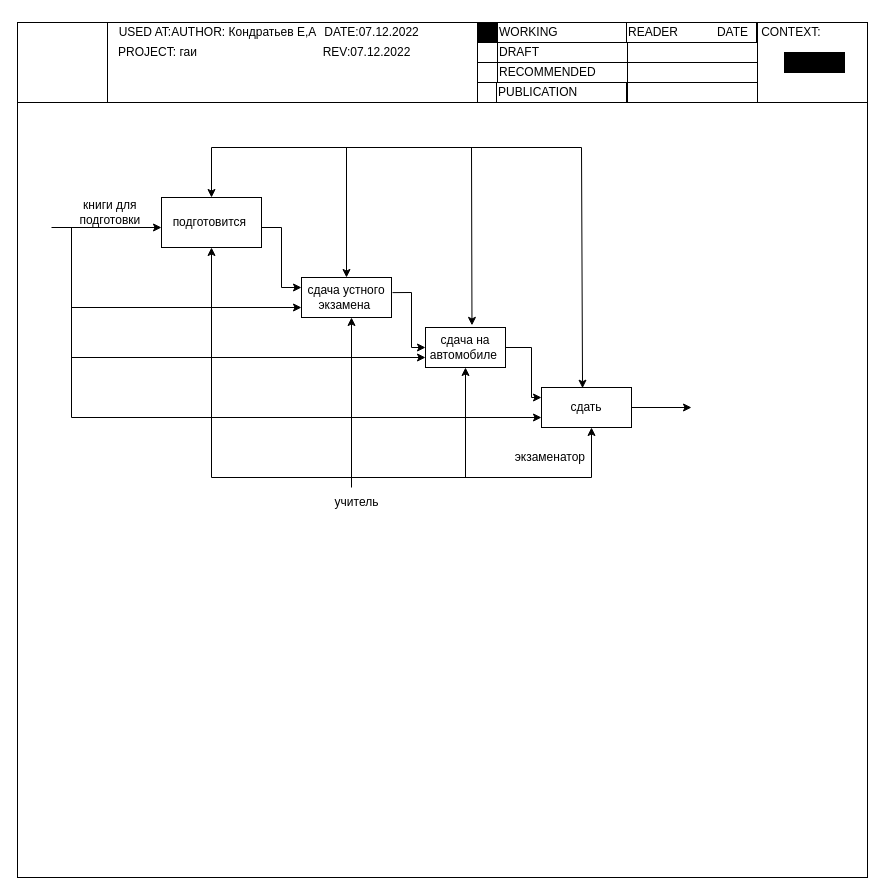
Above: page "Страница 2" (2 of 3) of Диаграз названия.drawio in Ev0or/dontTouch (draw.io), before the change. Source tidied: cells renumbered, new cells numbered last; positions are measured from the earlier drawing's top-left corner, leaving out a move shared by most shapes. Both pictures are drawn from the tidied source at 100%, with x=0, y=0 at pixel (17, 17).
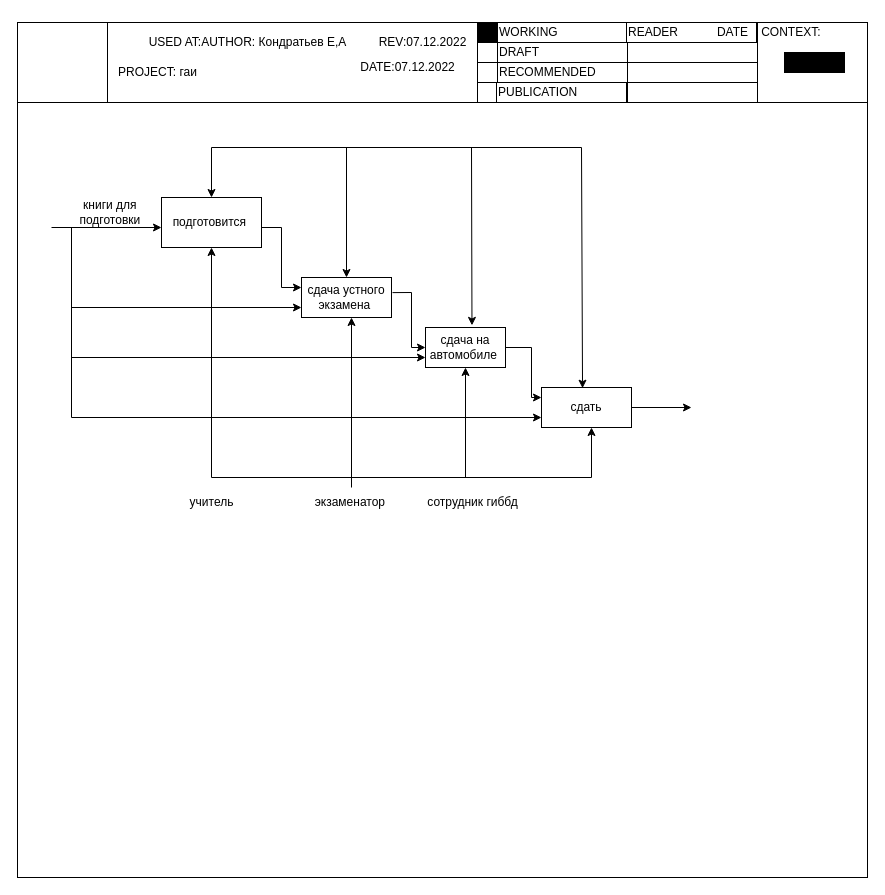
The same diagram, later.

The edit, as a diff of the source:
```diff
@@
     <mxCell id="5" value="USED AT:AUTHOR: Кондратьев Е,А" style="text;html=1;align=center;verticalAlign=middle;strokeColor=none;fillColor=none;" parent="1" vertex="1">
-      <mxGeometry x="90" width="220" height="30" as="geometry" />
+      <mxGeometry x="120" y="10" width="220" height="30" as="geometry" />
     </mxCell>
     <mxCell id="6" value="PROJECT: гаи" style="text;html=1;align=center;verticalAlign=middle;strokeColor=none;fillColor=none;" parent="1" vertex="1">
-      <mxGeometry x="90" y="20" width="100" height="30" as="geometry" />
+      <mxGeometry x="90" y="40" width="100" height="30" as="geometry" />
     </mxCell>
     <mxCell id="7" value="DATE:07.12.2022" style="text;html=1;align=center;verticalAlign=middle;strokeColor=none;fillColor=none;" parent="1" vertex="1">
-      <mxGeometry x="294" width="120" height="30" as="geometry" />
+      <mxGeometry x="330" y="35" width="120" height="30" as="geometry" />
     </mxCell>
     <mxCell id="8" value="REV:07.12.2022" style="text;html=1;align=center;verticalAlign=middle;strokeColor=none;fillColor=none;" parent="1" vertex="1">
-      <mxGeometry x="294" y="20" width="110" height="30" as="geometry" />
+      <mxGeometry x="350" y="10" width="110" height="30" as="geometry" />
     </mxCell>
@@
     <mxCell id="48" value="экзаменатор&amp;nbsp;" style="text;html=1;align=center;verticalAlign=middle;strokeColor=none;fillColor=none;" parent="1" vertex="1">
-      <mxGeometry x="484" y="425" width="100" height="30" as="geometry" />
+      <mxGeometry x="284" y="470" width="100" height="30" as="geometry" />
     </mxCell>
     <mxCell id="49" value="учитель" style="text;html=1;align=center;verticalAlign=middle;strokeColor=none;fillColor=none;" parent="1" vertex="1">
-      <mxGeometry x="304" y="470" width="70" height="30" as="geometry" />
+      <mxGeometry x="159" y="470" width="70" height="30" as="geometry" />
     </mxCell>
@@
+    <mxCell id="51" value="сотрудник гиббд" style="text;html=1;align=center;verticalAlign=middle;strokeColor=none;fillColor=none;" parent="1" vertex="1">
+      <mxGeometry x="400" y="470" width="110" height="30" as="geometry" />
+    </mxCell>
```
